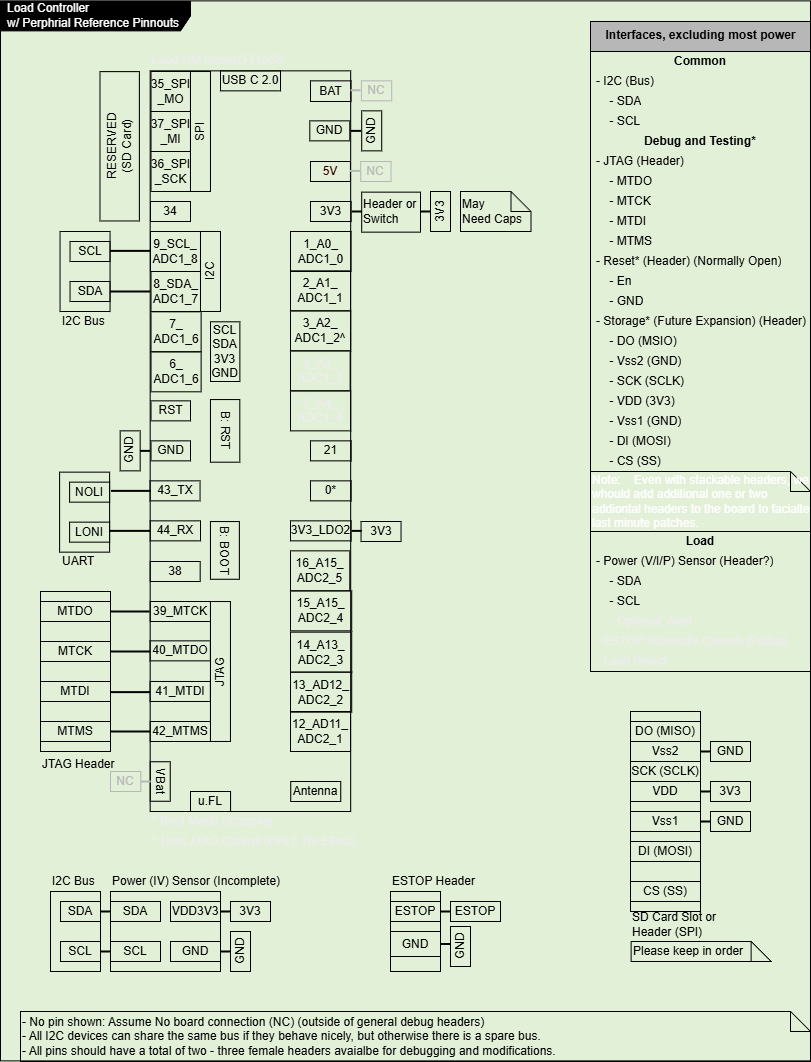
This is Hardware-Pinouts/CtrlPO_Load.png from BobSaidHi/2026-Controls_Core, a draw.io export, as it was before one commit. Source tidied: cells renumbered, new cells last; positions are measured from the earlier drawing's top-left corner, leaving out a move shared by most shapes.
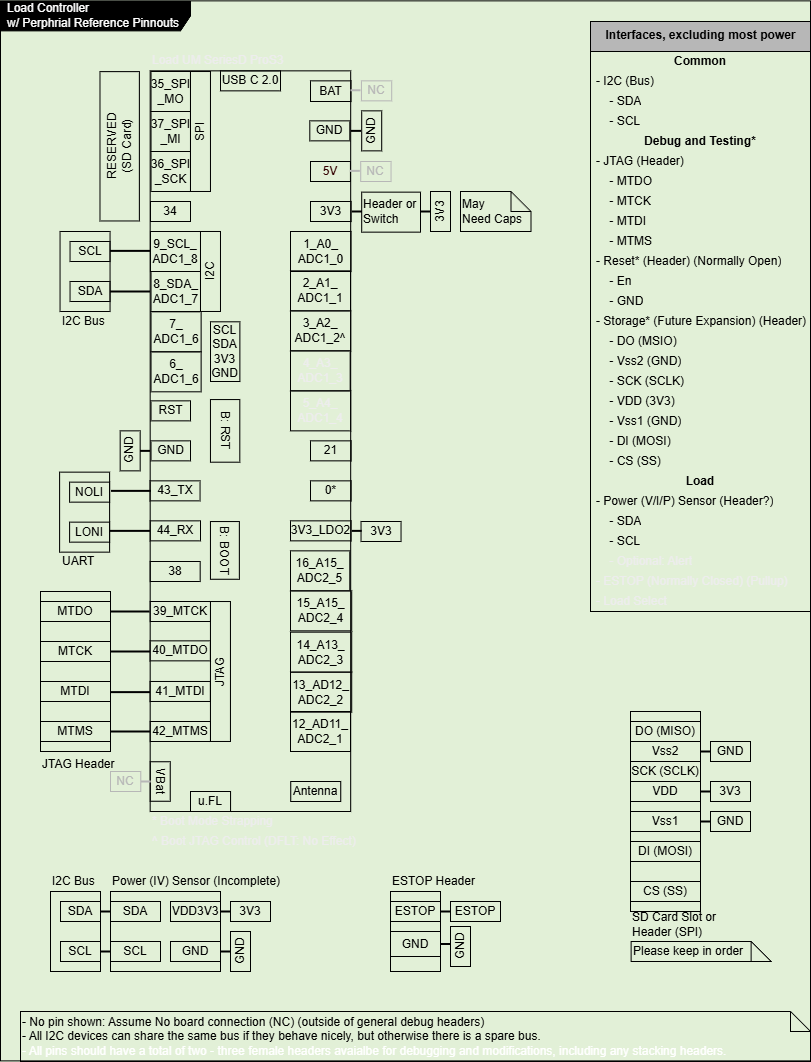
The same file after the commit.

The edit, as a diff of the source:
```diff
@@ -105,7 +105,7 @@
       <mxGeometry x="220" y="70.4" width="60" height="20" as="geometry" />
     </mxCell>
     <mxCell id="36" value="&lt;font style=&quot;color: light-dark(rgb(0, 0, 0), rgb(255, 255, 255));&quot;&gt;&lt;b style=&quot;&quot;&gt;Interfaces, excluding most power&lt;/b&gt;&lt;/font&gt;" style="swimlane;fontStyle=0;align=center;verticalAlign=top;horizontal=1;startSize=30;html=1;fontColor=#000000;strokeColor=#000000;fillColor=#b7b7b7;" parent="1" vertex="1">
-      <mxGeometry x="590" y="21" width="220" height="650" as="geometry" />
+      <mxGeometry x="590" y="21" width="220" height="590" as="geometry" />
     </mxCell>
     <mxCell id="37" value="&lt;b&gt;&lt;font style=&quot;color: light-dark(rgb(0, 0, 0), rgb(255, 255, 255));&quot;&gt;Common&lt;/font&gt;&lt;/b&gt;" style="text;html=1;strokeColor=none;fillColor=none;align=center;verticalAlign=middle;spacingLeft=4;spacingRight=4;overflow=hidden;fontColor=#000000;" parent="36" vertex="1">
       <mxGeometry y="30" width="220" height="20" as="geometry" />
@@ -170,34 +170,31 @@
     <mxCell id="57" value="&amp;nbsp; &amp;nbsp; - CS (SS)" style="text;html=1;align=left;verticalAlign=middle;spacingLeft=4;spacingRight=4;overflow=hidden;fontColor=#000000;strokeColor=none;" parent="36" vertex="1">
       <mxGeometry y="430" width="220" height="20" as="geometry" />
     </mxCell>
-    <mxCell id="58" value="&lt;span&gt;&lt;font style=&quot;color: light-dark(rgb(255, 255, 255), rgb(255, 255, 255));&quot;&gt;Note:&amp;nbsp; &amp;nbsp; Even with stackable headers, we whould add additional one or two addiontal headers to the board to facialte last minute patches.&lt;/font&gt;&lt;/span&gt;" style="shape=note;size=20;whiteSpace=wrap;html=1;strokeColor=#000000;fontColor=#000000;fillColor=none;align=left;" parent="36" vertex="1">
-      <mxGeometry y="450" width="220" height="60" as="geometry" />
-    </mxCell>
     <mxCell id="59" value="&lt;b&gt;&lt;font style=&quot;color: light-dark(rgb(0, 0, 0), rgb(255, 255, 255));&quot;&gt;Load&lt;/font&gt;&lt;/b&gt;" style="text;html=1;strokeColor=none;fillColor=none;align=center;verticalAlign=middle;spacingLeft=4;spacingRight=4;overflow=hidden;fontColor=#000000;" parent="36" vertex="1">
-      <mxGeometry y="510" width="220" height="20" as="geometry" />
+      <mxGeometry y="450" width="220" height="20" as="geometry" />
     </mxCell>
     <mxCell id="60" value="&lt;font style=&quot;color: light-dark(rgb(0, 0, 0), rgb(255, 255, 255));&quot;&gt;- Power (V/I/P) Sensor (Header?)&lt;span style=&quot;scrollbar-color: rgb(75, 75, 75) rgb(27, 29, 30); font-family: monospace; font-size: 0px;&quot;&gt;%3CmxGraphModel%3E%3Croot%3E%3CmxCell%20id%3D%220%22%2F%3E%3CmxCell%20id%3D%221%22%20parent%3D%220%22%2F%3E%3CmxCell%20id%3D%222%22%20value%3D%22%26amp%3Bnbsp%3B%20%26amp%3Bnbsp%3B%20-%20CS%20(SS)%22%20style%3D%22text%3Bhtml%3D1%3Balign%3Dleft%3BverticalAlign%3Dmiddle%3BspacingLeft%3D4%3BspacingRight%3D4%3Boverflow%3Dhidden%3Brotatable%3D0%3Bpoints%3D%5B%5B0%2C0.5%5D%2C%5B1%2C0.5%5D%5D%3BportConstraint%3Deastwest%3BfontColor%3D%23000000%3BstrokeColor%3Dnone%3B%22%20vertex%3D%221%22%20parent%3D%221%22%3E%3CmxGeometry%20x%3D%22610%22%20y%3D%22575%22%20width%3D%22220%22%20height%3D%2220%22%20as%3D%22geometry%22%2F%3E%3C%2FmxCell%3E%3C%2Froot%3E%3C%2FmxGraphModel%3E&lt;/span&gt;&lt;/font&gt;" style="text;html=1;align=left;verticalAlign=middle;spacingLeft=4;spacingRight=4;overflow=hidden;fontColor=#000000;strokeColor=none;" parent="36" vertex="1">
-      <mxGeometry y="530" width="220" height="20" as="geometry" />
+      <mxGeometry y="470" width="220" height="20" as="geometry" />
     </mxCell>
     <mxCell id="61" value="&amp;nbsp; &amp;nbsp; - SDA" style="text;html=1;align=left;verticalAlign=middle;spacingLeft=4;spacingRight=4;overflow=hidden;fontColor=#000000;strokeColor=none;" parent="36" vertex="1">
-      <mxGeometry y="550" width="220" height="20" as="geometry" />
+      <mxGeometry y="490" width="220" height="20" as="geometry" />
     </mxCell>
     <mxCell id="62" value="&amp;nbsp; &amp;nbsp; - SCL" style="text;html=1;align=left;verticalAlign=middle;spacingLeft=4;spacingRight=4;overflow=hidden;fontColor=#000000;strokeColor=none;" parent="36" vertex="1">
-      <mxGeometry y="570" width="220" height="20" as="geometry" />
+      <mxGeometry y="510" width="220" height="20" as="geometry" />
     </mxCell>
     <mxCell id="63" value="&lt;span&gt;&lt;font style=&quot;color: light-dark(rgb(237, 237, 237), rgb(255, 255, 255));&quot;&gt;&amp;nbsp; &amp;nbsp; - Optional: Alert&lt;/font&gt;&lt;/span&gt;" style="text;html=1;align=left;verticalAlign=middle;spacingLeft=4;spacingRight=4;overflow=hidden;fontColor=#000000;strokeColor=none;" parent="36" vertex="1">
-      <mxGeometry y="590" width="220" height="20" as="geometry" />
+      <mxGeometry y="530" width="220" height="20" as="geometry" />
     </mxCell>
     <mxCell id="64" value="&lt;span&gt;&lt;font style=&quot;color: light-dark(rgb(237, 237, 237), rgb(255, 255, 255));&quot;&gt;- ESTOP (Normally Closed) (Pullup)&lt;/font&gt;&lt;/span&gt;" style="text;html=1;align=left;verticalAlign=middle;spacingLeft=4;spacingRight=4;overflow=hidden;fontColor=#000000;strokeColor=none;" parent="36" vertex="1">
-      <mxGeometry y="610" width="220" height="20" as="geometry" />
+      <mxGeometry y="550" width="220" height="20" as="geometry" />
     </mxCell>
     <mxCell id="65" value="&lt;span&gt;&lt;font style=&quot;color: light-dark(rgb(237, 237, 237), rgb(255, 255, 255));&quot;&gt;- Load Select&lt;/font&gt;&lt;/span&gt;" style="text;html=1;align=left;verticalAlign=middle;spacingLeft=4;spacingRight=4;overflow=hidden;fontColor=#000000;strokeColor=none;" parent="36" vertex="1">
-      <mxGeometry y="630" width="220" height="20" as="geometry" />
+      <mxGeometry y="570" width="220" height="20" as="geometry" />
     </mxCell>
     <mxCell id="66" value="&lt;span&gt;&lt;font style=&quot;color: light-dark(rgb(237, 237, 237), rgb(255, 255, 255));&quot;&gt;* Boot Mode Strapping&lt;/font&gt;&lt;/span&gt;" style="text;html=1;strokeColor=none;fillColor=none;align=left;verticalAlign=middle;whiteSpace=wrap;rounded=0;fontColor=#000000;" parent="1" vertex="1">
       <mxGeometry x="149.6" y="811" width="200.4" height="20" as="geometry" />
     </mxCell>
-    <mxCell id="67" value="- No pin shown: Assume No board connection (NC) (outside of general debug headers)&lt;br&gt;- All I2C devices can share the same bus if they behave nicely, but otherwise there is a spare bus.&lt;div&gt;- All pins should have a total of two - three female headers avaialbe for debugging and modifications.&lt;/div&gt;" style="shape=note;size=20;whiteSpace=wrap;html=1;strokeColor=#000000;fontColor=#000000;fillColor=none;align=left;" parent="1" vertex="1">
+    <mxCell id="67" value="- No pin shown: Assume No board connection (NC) (outside of general debug headers)&lt;br&gt;- All I2C devices can share the same bus if they behave nicely, but otherwise there is a spare bus.&lt;div&gt;&lt;span&gt;&lt;font style=&quot;color: light-dark(rgb(255, 255, 255), rgb(255, 255, 255));&quot;&gt;- All pins should have a total of two - three female headers avaialbe for debugging and modifications, including any stacking headers.&lt;/font&gt;&lt;/span&gt;&lt;/div&gt;" style="shape=note;size=20;whiteSpace=wrap;html=1;strokeColor=#000000;fontColor=#000000;fillColor=none;align=left;" parent="1" vertex="1">
       <mxGeometry x="20" y="1011" width="790" height="50" as="geometry" />
     </mxCell>
     <mxCell id="68" value="B: RST" style="text;html=1;strokeColor=#000000;fillColor=none;align=center;verticalAlign=middle;whiteSpace=wrap;rounded=0;fontColor=#000000;rotation=90;" parent="1" vertex="1">
```
